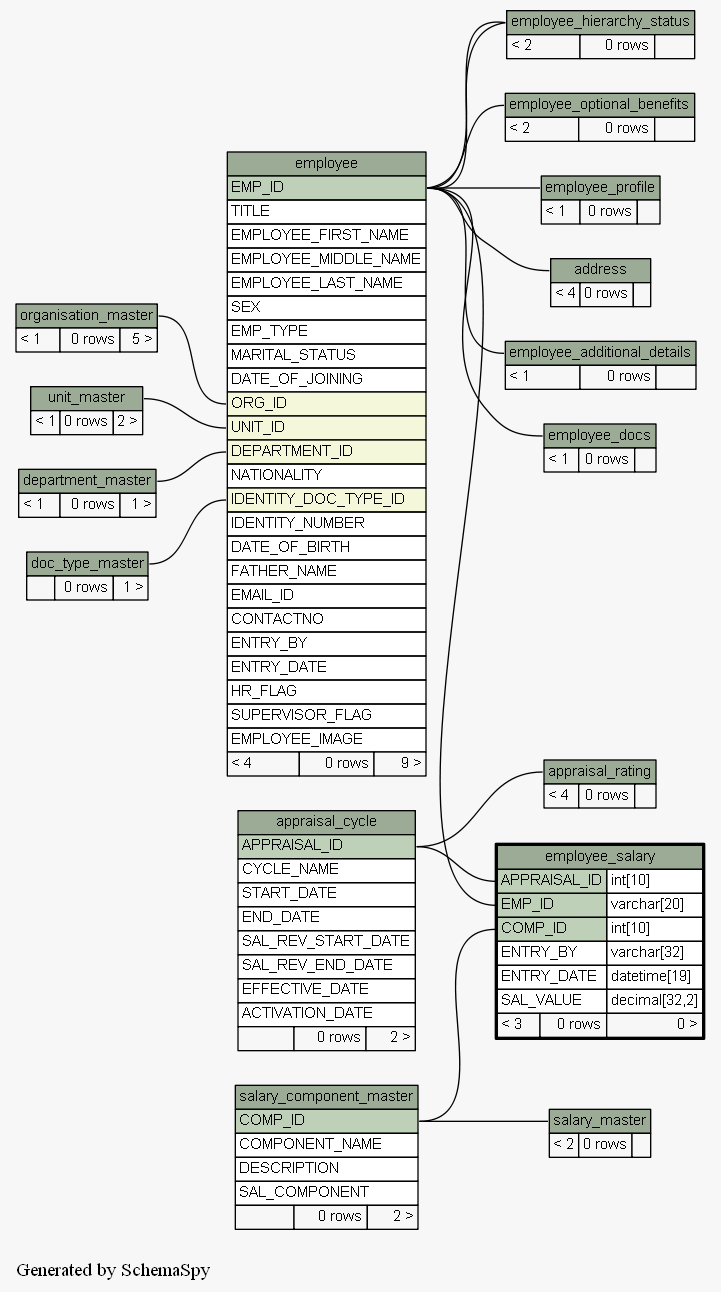
engineerscraft/hrms keeps this Graphviz diagram as docs/database/schemaspy/graphs/employee_salary.2degrees.png. Above is the earlier version. Its source is kept beside it as docs/database/schemaspy/graphs/employee_salary.2degrees.dot.
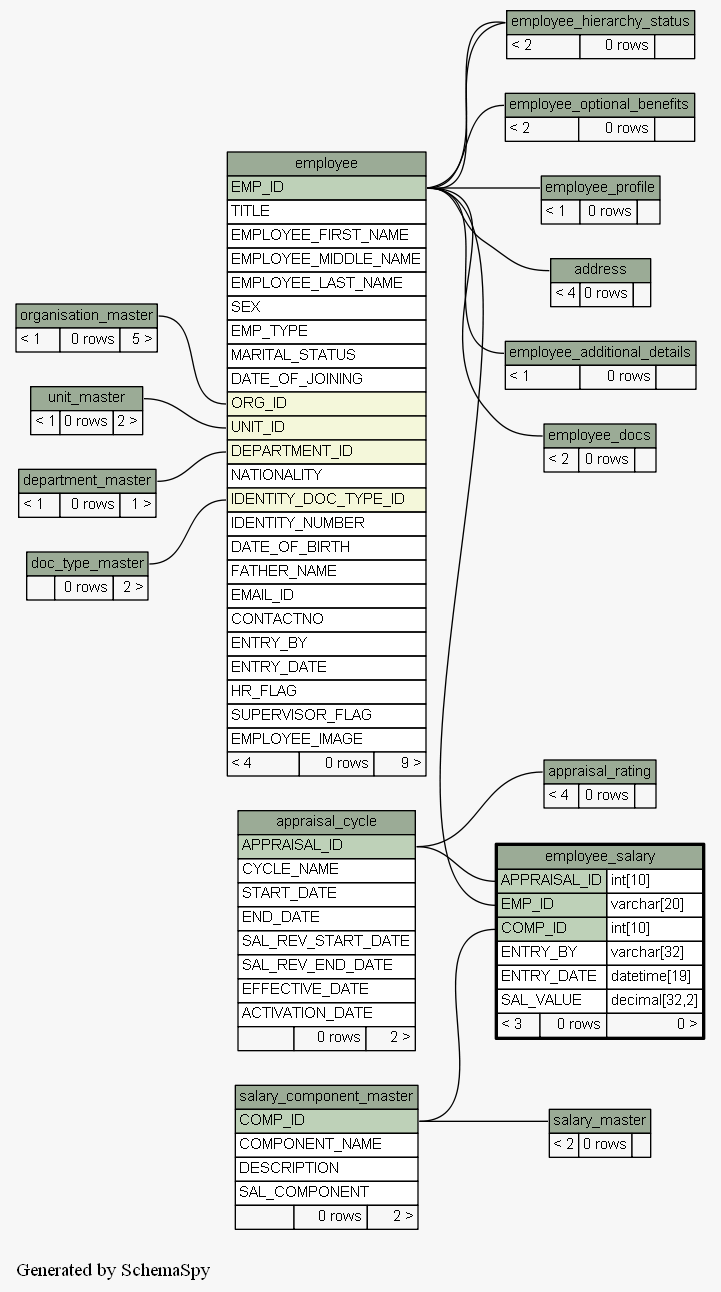
After the commit.

The edit, as a diff of the source:
```diff
@@ -77,7 +77,7 @@
     label=<
     <TABLE BORDER="0" CELLBORDER="1" CELLSPACING="0" BGCOLOR="#ffffff">
       <TR><TD PORT="doc_type_master.heading" COLSPAN="3" BGCOLOR="#9bab96" ALIGN="CENTER">doc_type_master</TD></TR>
-      <TR><TD ALIGN="LEFT" BGCOLOR="#f7f7f7">  </TD><TD ALIGN="RIGHT" BGCOLOR="#f7f7f7">0 rows</TD><TD ALIGN="RIGHT" BGCOLOR="#f7f7f7">1 &gt;</TD></TR>
+      <TR><TD ALIGN="LEFT" BGCOLOR="#f7f7f7">  </TD><TD ALIGN="RIGHT" BGCOLOR="#f7f7f7">0 rows</TD><TD ALIGN="RIGHT" BGCOLOR="#f7f7f7">2 &gt;</TD></TR>
     </TABLE>>
     URL="doc_type_master.html#graph"
     tooltip="doc_type_master"
@@ -128,7 +128,7 @@
     label=<
     <TABLE BORDER="0" CELLBORDER="1" CELLSPACING="0" BGCOLOR="#ffffff">
       <TR><TD PORT="employee_docs.heading" COLSPAN="3" BGCOLOR="#9bab96" ALIGN="CENTER">employee_docs</TD></TR>
-      <TR><TD ALIGN="LEFT" BGCOLOR="#f7f7f7">&lt; 1</TD><TD ALIGN="RIGHT" BGCOLOR="#f7f7f7">0 rows</TD><TD ALIGN="RIGHT" BGCOLOR="#f7f7f7">  </TD></TR>
+      <TR><TD ALIGN="LEFT" BGCOLOR="#f7f7f7">&lt; 2</TD><TD ALIGN="RIGHT" BGCOLOR="#f7f7f7">0 rows</TD><TD ALIGN="RIGHT" BGCOLOR="#f7f7f7">  </TD></TR>
     </TABLE>>
     URL="employee_docs.html#graph"
     tooltip="employee_docs"
```
